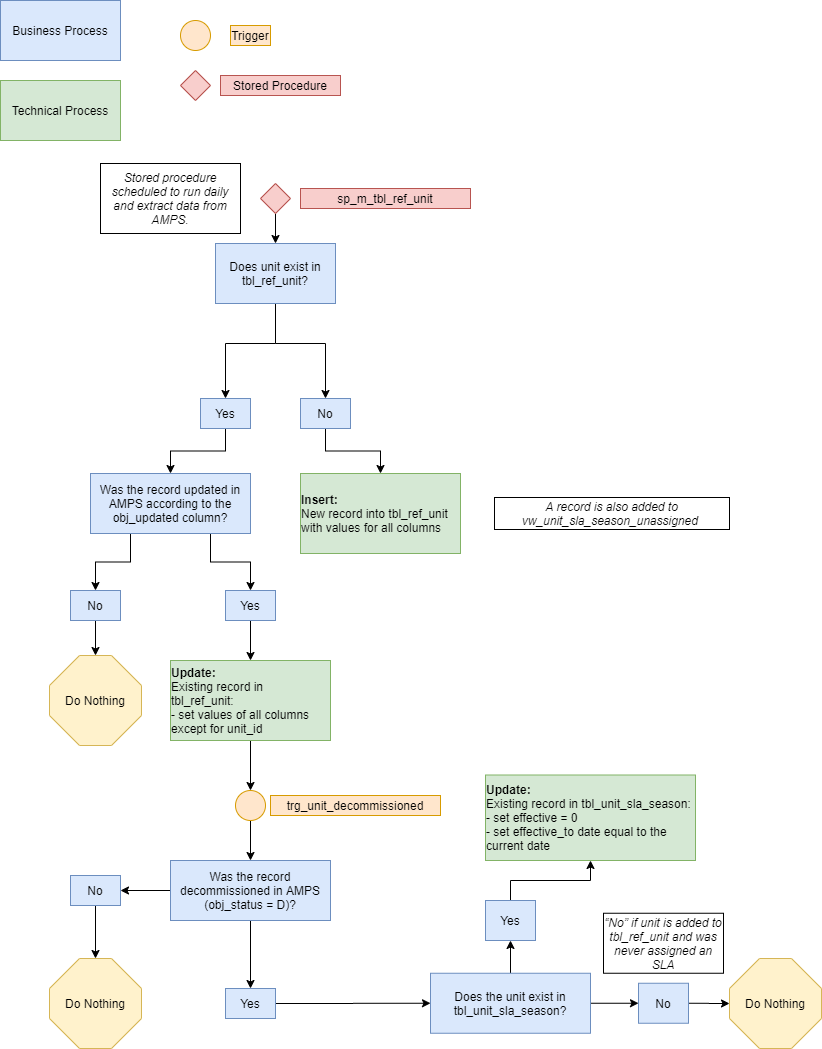
Above: images/trg_unit_decommissioned.png in NYC-Parks/SLADB (draw.io), before the change. Source tidied: cells renumbered, new cells last; positions are measured from the earlier drawing's top-left corner, leaving out a move shared by most shapes.
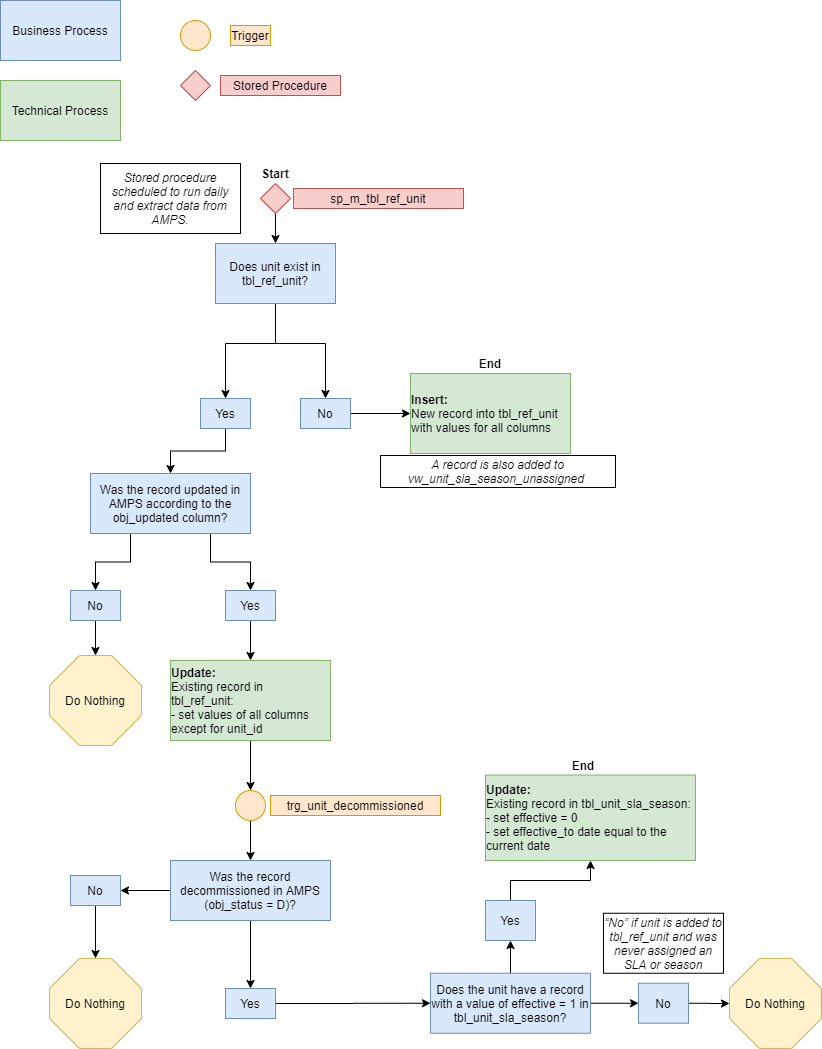
The same diagram one commit later.

Change to the diagram source:
```diff
@@ -40,7 +40,7 @@
     <mxCell id="13" value="Yes" style="rounded=0;whiteSpace=wrap;html=1;fillColor=#dae8fc;strokeColor=#6c8ebf;" parent="1" vertex="1">
       <mxGeometry x="200" y="398" width="50" height="30" as="geometry" />
     </mxCell>
-    <mxCell id="14" style="edgeStyle=orthogonalEdgeStyle;rounded=0;jettySize=auto;html=1;exitX=0.5;exitY=1;exitDx=0;exitDy=0;entryX=0.5;entryY=0;entryDx=0;entryDy=0;" parent="1" edge="1" source="15" target="36">
+    <mxCell id="14" style="edgeStyle=orthogonalEdgeStyle;rounded=0;jettySize=auto;html=1;exitX=1;exitY=0.5;exitDx=0;exitDy=0;entryX=0;entryY=0.5;entryDx=0;entryDy=0;" parent="1" edge="1" source="15" target="36">
       <mxGeometry relative="1" as="geometry" />
     </mxCell>
     <mxCell id="15" value="No" style="rounded=0;whiteSpace=wrap;html=1;fillColor=#dae8fc;strokeColor=#6c8ebf;" parent="1" vertex="1">
@@ -66,7 +66,7 @@
     <mxCell id="20" style="edgeStyle=orthogonalEdgeStyle;rounded=0;jettySize=auto;html=1;exitX=1;exitY=0.5;exitDx=0;exitDy=0;entryX=0;entryY=0.5;entryDx=0;entryDy=0;" parent="1" edge="1" source="21" target="25">
       <mxGeometry relative="1" as="geometry" />
     </mxCell>
-    <mxCell id="21" value="Does the unit exist in tbl_unit_sla_season?&lt;br&gt;" style="rounded=0;whiteSpace=wrap;html=1;fillColor=#dae8fc;strokeColor=#6c8ebf;" parent="1" vertex="1">
+    <mxCell id="21" value="Does the unit have a record with a value of effective = 1 in tbl_unit_sla_season?" style="rounded=0;whiteSpace=wrap;html=1;fillColor=#dae8fc;strokeColor=#6c8ebf;" parent="1" vertex="1">
       <mxGeometry x="430" y="972.8" width="160" height="60" as="geometry" />
     </mxCell>
     <mxCell id="22" style="edgeStyle=orthogonalEdgeStyle;rounded=0;jettySize=auto;html=1;exitX=0.5;exitY=0;exitDx=0;exitDy=0;" parent="1" edge="1" source="23" target="27">
@@ -88,9 +88,9 @@
       <mxGeometry x="485" y="774.5" width="210" height="85.5" as="geometry" />
     </mxCell>
     <mxCell id="28" value="&lt;span id=&quot;docs-internal-guid-cab402d8-7fff-18fc-b851-d093ed2a1515&quot;&gt;&lt;span style=&quot;font-family: &amp;#34;arial&amp;#34; ; background-color: transparent ; vertical-align: baseline&quot;&gt;&lt;font style=&quot;font-size: 12px&quot;&gt;&lt;i&gt;A record is also added to vw_unit_sla_season_unassigned&amp;nbsp;&lt;/i&gt;&lt;/font&gt;&lt;/span&gt;&lt;/span&gt;" style="rounded=0;whiteSpace=wrap;html=1;fillColor=none;" parent="1" vertex="1">
-      <mxGeometry x="494" y="497" width="235" height="32" as="geometry" />
+      <mxGeometry x="380" y="455" width="235" height="32" as="geometry" />
     </mxCell>
-    <mxCell id="29" value="&lt;span id=&quot;docs-internal-guid-5fe48b0e-7fff-a765-be8b-5b3e4f1d802c&quot;&gt;&lt;span style=&quot;font-family: &amp;quot;arial&amp;quot; ; background-color: transparent ; vertical-align: baseline&quot;&gt;&lt;font style=&quot;font-size: 12px&quot;&gt;“No” if unit is added to tbl_ref_unit and was never assigned an SLA&lt;/font&gt;&lt;/span&gt;&lt;/span&gt;" style="rounded=0;whiteSpace=wrap;html=1;fillColor=none;fontStyle=2;" parent="1" vertex="1">
+    <mxCell id="29" value="&lt;span id=&quot;docs-internal-guid-5fe48b0e-7fff-a765-be8b-5b3e4f1d802c&quot;&gt;&lt;span style=&quot;font-family: &amp;#34;arial&amp;#34; ; background-color: transparent ; vertical-align: baseline&quot;&gt;&lt;font style=&quot;font-size: 12px&quot;&gt;“No” if unit is added to tbl_ref_unit and was never assigned an SLA or season&lt;/font&gt;&lt;/span&gt;&lt;/span&gt;" style="rounded=0;whiteSpace=wrap;html=1;fillColor=none;fontStyle=2;" parent="1" vertex="1">
       <mxGeometry x="603" y="912.8" width="120" height="60" as="geometry" />
     </mxCell>
     <mxCell id="30" style="edgeStyle=orthogonalEdgeStyle;rounded=0;jettySize=auto;html=1;exitX=0.5;exitY=1;exitDx=0;exitDy=0;entryX=0.5;entryY=0;entryDx=0;entryDy=0;" parent="1" edge="1" source="31" target="18">
@@ -100,7 +100,7 @@
       <mxGeometry x="260" y="183" width="30" height="30" as="geometry" />
     </mxCell>
     <mxCell id="32" value="sp_m_tbl_ref_unit" style="text;html=1;strokeColor=#b85450;fillColor=#f8cecc;align=center;verticalAlign=middle;whiteSpace=wrap;rounded=0;" parent="1" vertex="1">
-      <mxGeometry x="300" y="188" width="170" height="20" as="geometry" />
+      <mxGeometry x="293" y="188" width="170" height="20" as="geometry" />
     </mxCell>
     <mxCell id="33" value="&lt;font face=&quot;arial&quot;&gt;&lt;i&gt;Stored procedure scheduled to run daily and extract data from AMPS.&lt;/i&gt;&lt;/font&gt;" style="rounded=0;whiteSpace=wrap;html=1;fillColor=none;" parent="1" vertex="1">
       <mxGeometry x="100" y="163" width="140" height="70" as="geometry" />
@@ -112,7 +112,7 @@
       <mxGeometry x="170" y="660" width="160" height="80" as="geometry" />
     </mxCell>
     <mxCell id="36" value="&lt;div style=&quot;text-align: left&quot;&gt;&lt;b&gt;Insert:&lt;/b&gt;&lt;/div&gt;&lt;div style=&quot;text-align: left&quot;&gt;New record into tbl_ref_unit with values for all columns&lt;/div&gt;" style="rounded=0;whiteSpace=wrap;html=1;fillColor=#d5e8d4;strokeColor=#82b366;" parent="1" vertex="1">
-      <mxGeometry x="300" y="473" width="160" height="80" as="geometry" />
+      <mxGeometry x="410" y="373" width="160" height="80" as="geometry" />
     </mxCell>
     <mxCell id="37" style="edgeStyle=orthogonalEdgeStyle;rounded=0;jettySize=auto;html=1;exitX=0.5;exitY=1;exitDx=0;exitDy=0;entryX=0.5;entryY=0;entryDx=0;entryDy=0;" parent="1" edge="1" source="38" target="4">
       <mxGeometry relative="1" as="geometry" />
@@ -159,5 +159,14 @@
     <mxCell id="51" value="Do Nothing" style="whiteSpace=wrap;html=1;shape=mxgraph.basic.octagon2;align=center;verticalAlign=middle;dx=15;fillColor=#fff2cc;strokeColor=#d6b656;" parent="1" vertex="1">
       <mxGeometry x="49" y="958" width="92" height="90" as="geometry" />
     </mxCell>
+    <mxCell id="52" value="End" style="text;html=1;strokeColor=none;fillColor=none;align=center;verticalAlign=middle;whiteSpace=wrap;rounded=0;fontStyle=1;" parent="1" vertex="1">
+      <mxGeometry x="563" y="754.5" width="40" height="20" as="geometry" />
+    </mxCell>
+    <mxCell id="53" value="End" style="text;html=1;strokeColor=none;fillColor=none;align=center;verticalAlign=middle;whiteSpace=wrap;rounded=0;fontStyle=1;" parent="1" vertex="1">
+      <mxGeometry x="470" y="353" width="40" height="20" as="geometry" />
+    </mxCell>
+    <mxCell id="54" value="Start" style="text;html=1;strokeColor=none;fillColor=none;align=center;verticalAlign=middle;whiteSpace=wrap;rounded=0;fontStyle=1;" parent="1" vertex="1">
+      <mxGeometry x="255" y="163" width="40" height="20" as="geometry" />
+    </mxCell>
   </root>
 </mxGraphModel>
```
